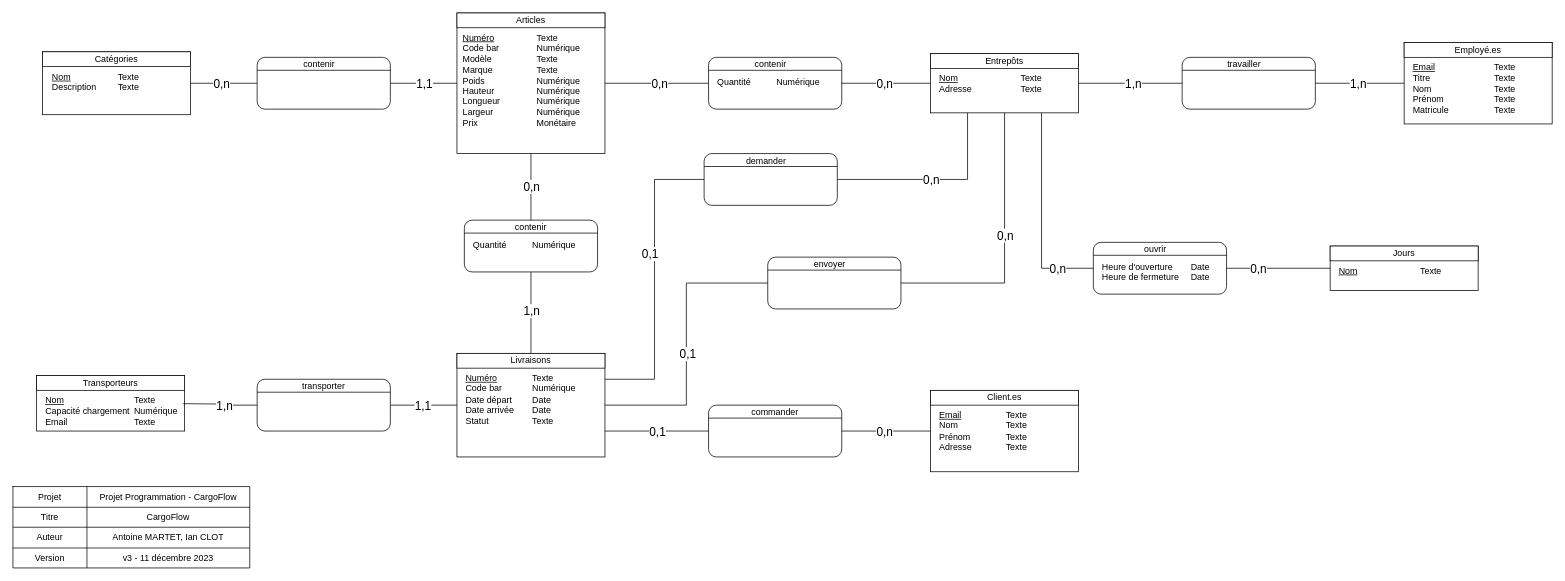
Earlier version of the draw.io diagram Documentation/CargoFlow_MCD_v3.drawio (AntoineMartet/CargoFlow). Source tidied: cells renumbered, new cells numbered last; positions are measured from the earlier drawing's top-left corner, leaving out a move shared by most shapes. Both pictures are drawn from the tidied source at 74%, with x=0, y=0 at pixel (13, 13).
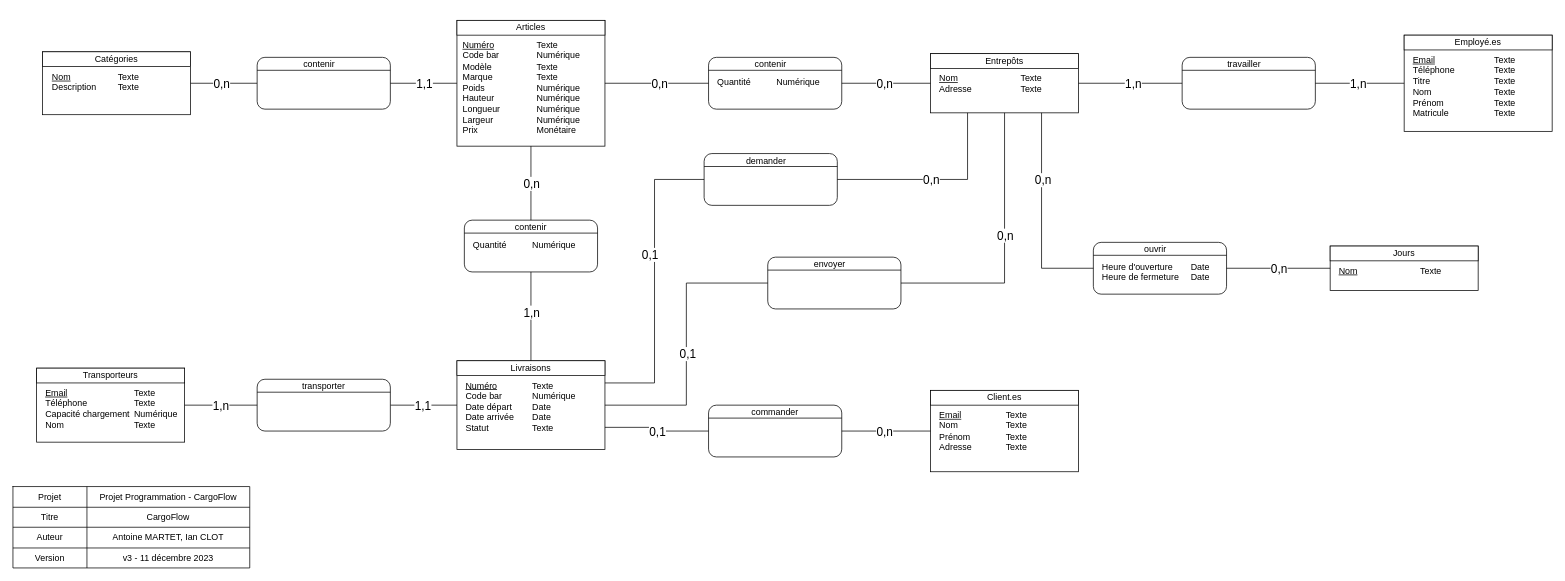
After the change.

Unchanged cells that the change refers to:
```xml
<mxCell id="54" style="edgeStyle=orthogonalEdgeStyle;rounded=0;jettySize=auto;html=1;startArrow=none;startFill=0;endArrow=none;endFill=0;exitX=0.5;exitY=1;exitDx=0;exitDy=0;entryX=0.5;entryY=0;entryDx=0;entryDy=0;" parent="1" edge="1" source="8" target="33">
  <mxGeometry relative="1" as="geometry" />
</mxCell>
<mxCell id="76" value="&lt;div style=&quot;box-sizing: border-box ; width: 100% ; padding: 2px&quot;&gt;&lt;br&gt;&lt;/div&gt;" style="verticalAlign=top;align=center;overflow=fill;html=1;rounded=1;shadow=0;comic=0;labelBackgroundColor=none;strokeColor=#000000;strokeWidth=1;fillColor=#ffffff;fontFamily=Verdana;fontSize=12;fontColor=#000000;" parent="1" vertex="1">
  <mxGeometry x="330" y="495" width="180" height="70" as="geometry" />
</mxCell>
<mxCell id="103" style="edgeStyle=orthogonalEdgeStyle;rounded=0;jettySize=auto;html=1;startArrow=none;startFill=0;endArrow=none;endFill=0;entryX=1;entryY=0.5;entryDx=0;entryDy=0;exitX=0;exitY=0.5;exitDx=0;exitDy=0;" parent="1" edge="1" source="99" target="96">
  <mxGeometry relative="1" as="geometry" />
</mxCell>
<mxCell id="105" style="edgeStyle=orthogonalEdgeStyle;rounded=0;jettySize=auto;html=1;startArrow=none;startFill=0;endArrow=none;endFill=0;exitX=0;exitY=0.5;exitDx=0;exitDy=0;entryX=0.75;entryY=1;entryDx=0;entryDy=0;" parent="1" edge="1" source="96" target="46">
  <mxGeometry relative="1" as="geometry" />
</mxCell>
```

Diff of the diagram source:
```diff
@@
     <mxCell id="8" value="&lt;div style=&quot;box-sizing: border-box ; width: 100% ; padding: 2px&quot;&gt;&lt;br&gt;&lt;/div&gt;" style="verticalAlign=top;align=center;overflow=fill;html=1;rounded=0;shadow=0;comic=0;labelBackgroundColor=none;strokeColor=#000000;strokeWidth=1;fillColor=#ffffff;fontFamily=Verdana;fontSize=12;fontColor=#000000;" parent="1" vertex="1">
-      <mxGeometry x="600" width="200" height="190" as="geometry" />
+      <mxGeometry x="600" y="10" width="200" height="170" as="geometry" />
     </mxCell>
@@
     <mxCell id="10" value="Articles" style="rounded=0;whiteSpace=wrap;html=1;" parent="1" vertex="1">
-      <mxGeometry x="600" width="200" height="20" as="geometry" />
+      <mxGeometry x="600" y="10" width="200" height="20" as="geometry" />
     </mxCell>
@@
     <mxCell id="13" value="&lt;u&gt;Numéro&lt;/u&gt;&lt;br&gt;Code bar&lt;br&gt;Modèle&lt;br&gt;Marque&lt;br&gt;Poids&lt;br&gt;Hauteur&lt;br&gt;Longueur&lt;br&gt;Largeur&lt;br&gt;Prix" style="text;html=1;strokeColor=none;fillColor=none;align=left;verticalAlign=top;whiteSpace=wrap;rounded=0;" parent="1" vertex="1">
-      <mxGeometry x="606" y="20" width="94" height="160" as="geometry" />
+      <mxGeometry x="606" y="30" width="94" height="150" as="geometry" />
     </mxCell>
     <mxCell id="14" value="Texte&lt;br&gt;Numérique&lt;br&gt;Texte&lt;br&gt;Texte&lt;br&gt;Numérique&lt;br&gt;Numérique&lt;br&gt;Numérique&lt;br&gt;Numérique&lt;br&gt;Monétaire" style="text;html=1;strokeColor=none;fillColor=none;align=left;verticalAlign=top;whiteSpace=wrap;rounded=0;" parent="1" vertex="1">
-      <mxGeometry x="706" y="20" width="90" height="160" as="geometry" />
+      <mxGeometry x="706" y="30" width="90" height="150" as="geometry" />
     </mxCell>
@@
     <mxCell id="42" value="&lt;div style=&quot;box-sizing: border-box ; width: 100% ; padding: 2px&quot;&gt;&lt;br&gt;&lt;/div&gt;" style="verticalAlign=top;align=center;overflow=fill;html=1;rounded=0;shadow=0;comic=0;labelBackgroundColor=none;strokeColor=#000000;strokeWidth=1;fillColor=#ffffff;fontFamily=Verdana;fontSize=12;fontColor=#000000;" parent="1" vertex="1">
-      <mxGeometry x="600" y="460" width="200" height="140" as="geometry" />
+      <mxGeometry x="600" y="470" width="200" height="120" as="geometry" />
     </mxCell>
     <mxCell id="43" value="Livraisons" style="rounded=0;whiteSpace=wrap;html=1;" parent="1" vertex="1">
-      <mxGeometry x="600" y="460" width="200" height="20" as="geometry" />
+      <mxGeometry x="600" y="470" width="200" height="20" as="geometry" />
     </mxCell>
     <mxCell id="44" value="&lt;u&gt;Numéro&lt;/u&gt;&lt;br&gt;Code bar&lt;br&gt;Date départ&lt;br&gt;Date arrivée&lt;br&gt;Statut" style="text;html=1;strokeColor=none;fillColor=none;align=left;verticalAlign=top;whiteSpace=wrap;rounded=0;" parent="1" vertex="1">
-      <mxGeometry x="610" y="480" width="90" height="110" as="geometry" />
+      <mxGeometry x="610" y="490" width="90" height="90" as="geometry" />
     </mxCell>
     <mxCell id="45" value="Texte&lt;br&gt;Numérique&lt;br&gt;Date&lt;br&gt;Date&lt;br&gt;Texte" style="text;html=1;strokeColor=none;fillColor=none;align=left;verticalAlign=top;whiteSpace=wrap;rounded=0;" parent="1" vertex="1">
-      <mxGeometry x="700" y="480" width="90" height="110" as="geometry" />
+      <mxGeometry x="700" y="490" width="90" height="90" as="geometry" />
     </mxCell>
@@
     <mxCell id="55" value="0,n" style="text;html=1;align=center;verticalAlign=middle;labelBackgroundColor=#ffffff;fontSize=16;" parent="54" vertex="1">
       <mxGeometry x="-0.65" relative="1" as="geometry">
-        <mxPoint y="28" as="offset" />
+        <mxPoint y="32" as="offset" />
       </mxGeometry>
     </mxCell>
@@
     <mxCell id="70" value="&lt;div style=&quot;box-sizing: border-box ; width: 100% ; padding: 2px&quot;&gt;&lt;br&gt;&lt;/div&gt;" style="verticalAlign=top;align=center;overflow=fill;html=1;rounded=0;shadow=0;comic=0;labelBackgroundColor=none;strokeColor=#000000;strokeWidth=1;fillColor=#ffffff;fontFamily=Verdana;fontSize=12;fontColor=#000000;" parent="1" vertex="1">
-      <mxGeometry x="32" y="490" width="200" height="75" as="geometry" />
+      <mxGeometry x="32" y="480" width="200" height="100" as="geometry" />
     </mxCell>
     <mxCell id="71" value="Transporteurs" style="rounded=0;whiteSpace=wrap;html=1;" parent="1" vertex="1">
-      <mxGeometry x="32" y="490" width="200" height="20" as="geometry" />
+      <mxGeometry x="32" y="480" width="200" height="20" as="geometry" />
     </mxCell>
-    <mxCell id="72" value="&lt;u&gt;Nom&lt;/u&gt;&lt;br&gt;Capacité chargement&lt;br&gt;Email" style="text;html=1;strokeColor=none;fillColor=none;align=left;verticalAlign=top;whiteSpace=wrap;rounded=0;" parent="1" vertex="1">
-      <mxGeometry x="42" y="510" width="119" height="60" as="geometry" />
+    <mxCell id="72" value="&lt;u&gt;Email&lt;/u&gt;&lt;br&gt;Téléphone&lt;br&gt;Capacité chargement&lt;br&gt;&lt;span style=&quot;border-color: var(--border-color);&quot;&gt;Nom&lt;/span&gt;" style="text;html=1;strokeColor=none;fillColor=none;align=left;verticalAlign=top;whiteSpace=wrap;rounded=0;" parent="1" vertex="1">
+      <mxGeometry x="42" y="500" width="119" height="60" as="geometry" />
     </mxCell>
-    <mxCell id="73" value="Texte&lt;br&gt;Numérique&lt;br&gt;Texte" style="text;html=1;strokeColor=none;fillColor=none;align=left;verticalAlign=top;whiteSpace=wrap;rounded=0;" parent="1" vertex="1">
-      <mxGeometry x="162" y="510" width="86" height="60" as="geometry" />
+    <mxCell id="73" value="Texte&lt;br&gt;Texte&lt;br&gt;Numérique&lt;br&gt;Texte" style="text;html=1;strokeColor=none;fillColor=none;align=left;verticalAlign=top;whiteSpace=wrap;rounded=0;" parent="1" vertex="1">
+      <mxGeometry x="162" y="500" width="86" height="70" as="geometry" />
     </mxCell>
@@
-    <mxCell id="79" style="edgeStyle=orthogonalEdgeStyle;rounded=0;jettySize=auto;html=1;startArrow=none;startFill=0;endArrow=none;endFill=0;exitX=0;exitY=0.5;exitDx=0;exitDy=0;" parent="1" edge="1" source="76">
-      <mxGeometry relative="1" as="geometry">
-        <mxPoint x="230" y="528" as="targetPoint" />
-      </mxGeometry>
+    <mxCell id="79" style="edgeStyle=orthogonalEdgeStyle;rounded=0;jettySize=auto;html=1;startArrow=none;startFill=0;endArrow=none;endFill=0;exitX=0;exitY=0.5;exitDx=0;exitDy=0;entryX=1;entryY=0.5;entryDx=0;entryDy=0;" parent="1" edge="1" source="76" target="70">
+      <mxGeometry relative="1" as="geometry" />
     </mxCell>
     <mxCell id="80" value="1,n" style="text;html=1;align=center;verticalAlign=middle;labelBackgroundColor=#ffffff;fontSize=16;" parent="79" vertex="1">
       <mxGeometry x="-0.65" relative="1" as="geometry">
-        <mxPoint x="-27" as="offset" />
+        <mxPoint x="-33" as="offset" />
       </mxGeometry>
     </mxCell>
@@
     <mxCell id="88" value="&lt;div style=&quot;box-sizing: border-box ; width: 100% ; padding: 2px&quot;&gt;&lt;br&gt;&lt;/div&gt;" style="verticalAlign=top;align=center;overflow=fill;html=1;rounded=0;shadow=0;comic=0;labelBackgroundColor=none;strokeColor=#000000;strokeWidth=1;fillColor=#ffffff;fontFamily=Verdana;fontSize=12;fontColor=#000000;" parent="1" vertex="1">
-      <mxGeometry x="1880" y="40" width="200" height="110" as="geometry" />
+      <mxGeometry x="1880" y="30" width="200" height="130" as="geometry" />
     </mxCell>
     <mxCell id="89" value="Employé.es" style="rounded=0;whiteSpace=wrap;html=1;" parent="1" vertex="1">
-      <mxGeometry x="1880" y="40" width="200" height="20" as="geometry" />
+      <mxGeometry x="1880" y="30" width="200" height="20" as="geometry" />
     </mxCell>
-    <mxCell id="90" value="&lt;u&gt;Email&lt;br&gt;&lt;/u&gt;Titre&lt;br&gt;Nom&lt;br&gt;Prénom&lt;br&gt;Matricule" style="text;html=1;strokeColor=none;fillColor=none;align=left;verticalAlign=top;whiteSpace=wrap;rounded=0;" parent="1" vertex="1">
-      <mxGeometry x="1890" y="60" width="110" height="70" as="geometry" />
+    <mxCell id="90" value="&lt;u&gt;Email&lt;br&gt;&lt;/u&gt;Téléphone&lt;br&gt;Titre&lt;br&gt;Nom&lt;br&gt;Prénom&lt;br&gt;Matricule" style="text;html=1;strokeColor=none;fillColor=none;align=left;verticalAlign=top;whiteSpace=wrap;rounded=0;" parent="1" vertex="1">
+      <mxGeometry x="1890" y="50" width="110" height="70" as="geometry" />
     </mxCell>
-    <mxCell id="91" value="Texte&lt;br&gt;Texte&lt;br&gt;Texte&lt;br&gt;Texte&lt;br&gt;Texte" style="text;html=1;strokeColor=none;fillColor=none;align=left;verticalAlign=top;whiteSpace=wrap;rounded=0;" parent="1" vertex="1">
-      <mxGeometry x="2000" y="60" width="80" height="80" as="geometry" />
+    <mxCell id="91" value="Texte&lt;br&gt;Texte&lt;br&gt;Texte&lt;br&gt;Texte&lt;br&gt;Texte&lt;br&gt;Texte" style="text;html=1;strokeColor=none;fillColor=none;align=left;verticalAlign=top;whiteSpace=wrap;rounded=0;" parent="1" vertex="1">
+      <mxGeometry x="2000" y="50" width="80" height="80" as="geometry" />
     </mxCell>
@@
     <mxCell id="104" value="0,n" style="text;html=1;align=center;verticalAlign=middle;labelBackgroundColor=#ffffff;fontSize=16;" parent="103" vertex="1">
       <mxGeometry x="-0.65" relative="1" as="geometry">
-        <mxPoint x="-73" as="offset" />
+        <mxPoint x="-45" as="offset" />
       </mxGeometry>
     </mxCell>
@@
     <mxCell id="106" value="0,n" style="text;html=1;align=center;verticalAlign=middle;labelBackgroundColor=#ffffff;fontSize=16;" parent="105" vertex="1">
-      <mxGeometry x="-0.65" relative="1" as="geometry" />
+      <mxGeometry x="-0.65" relative="1" as="geometry">
+        <mxPoint x="-20" y="-120" as="offset" />
+      </mxGeometry>
     </mxCell>
```
